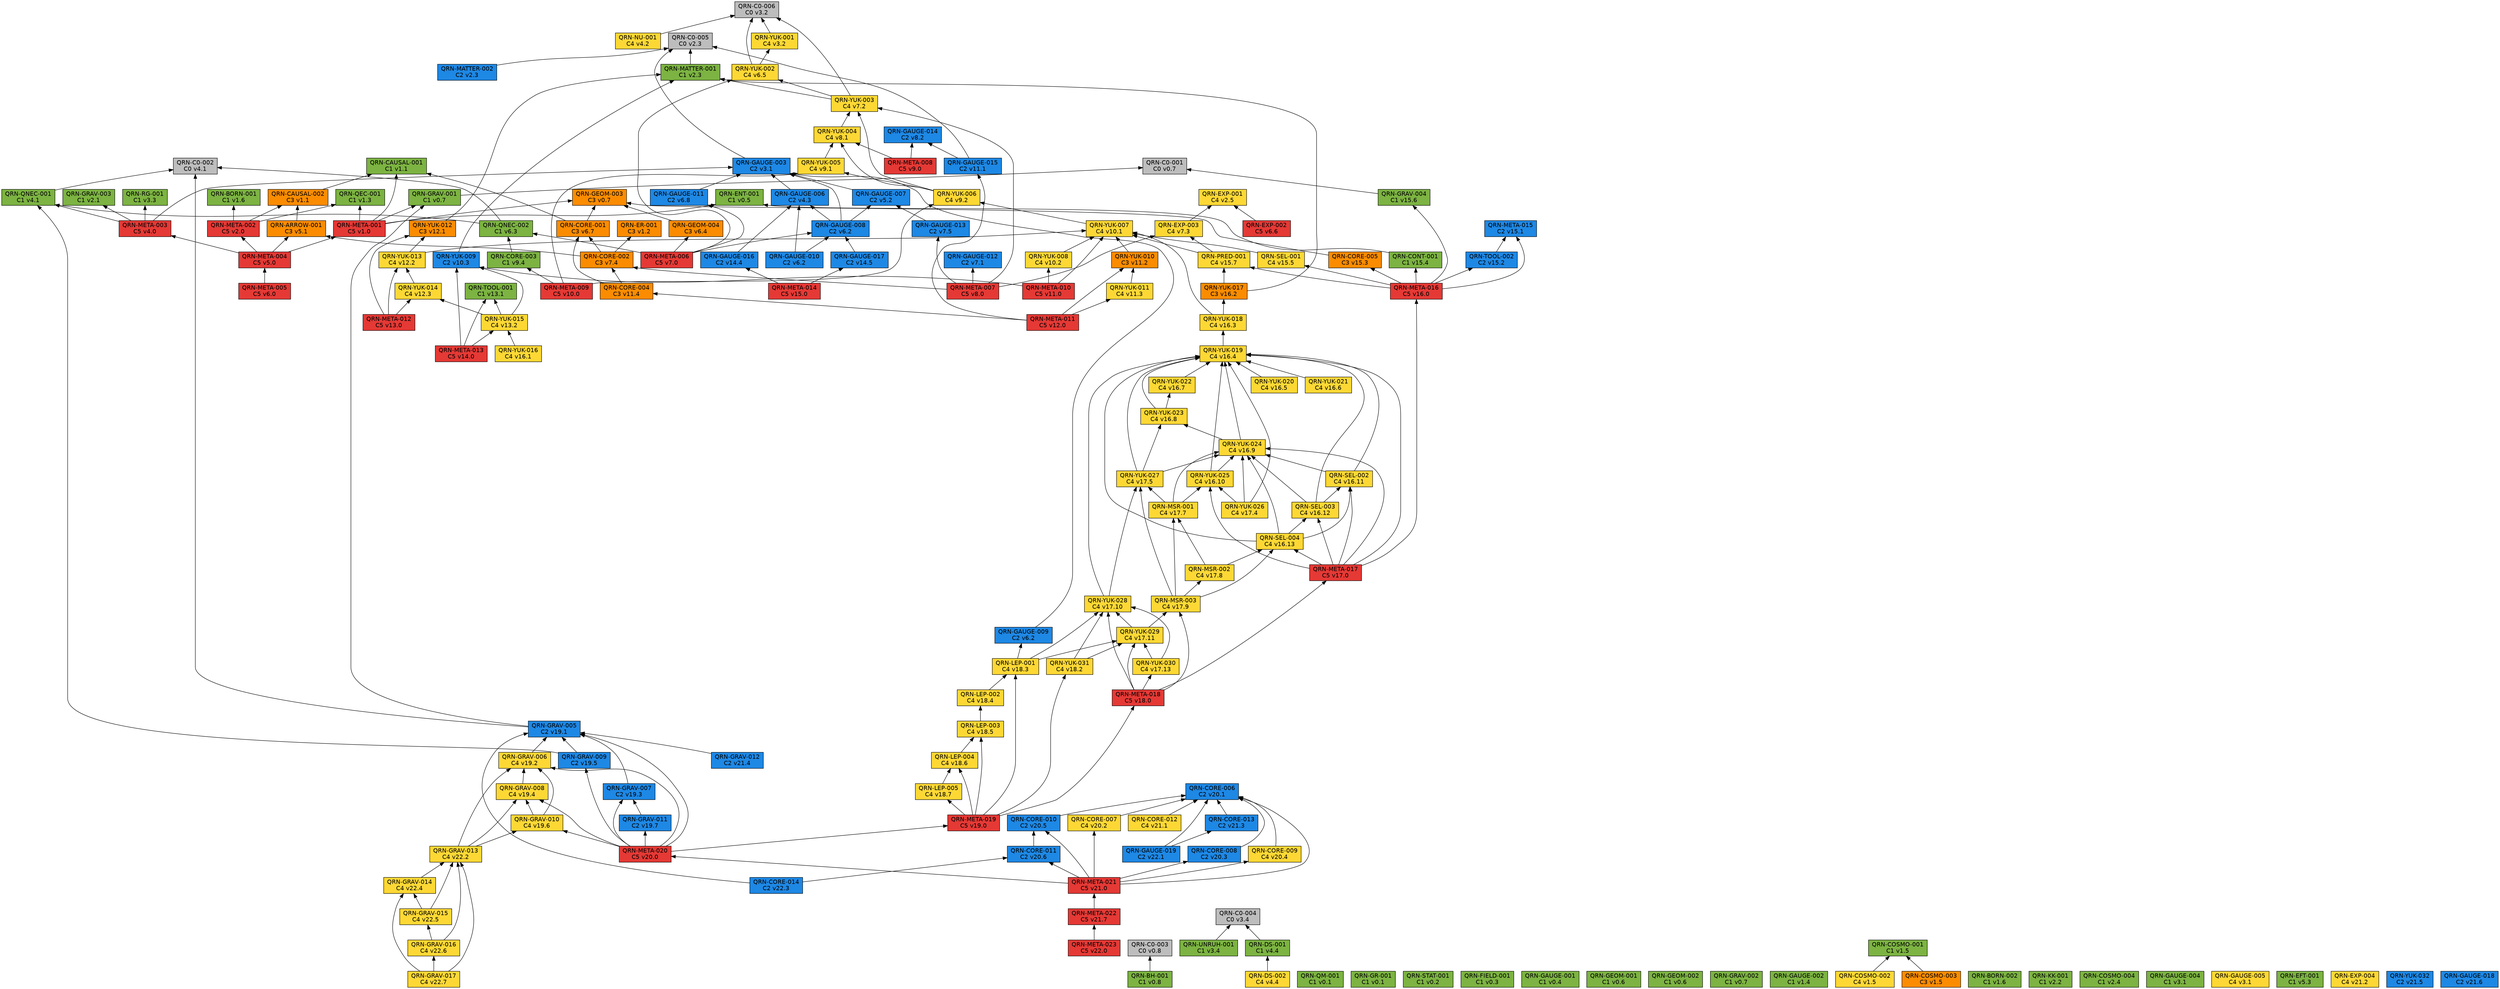
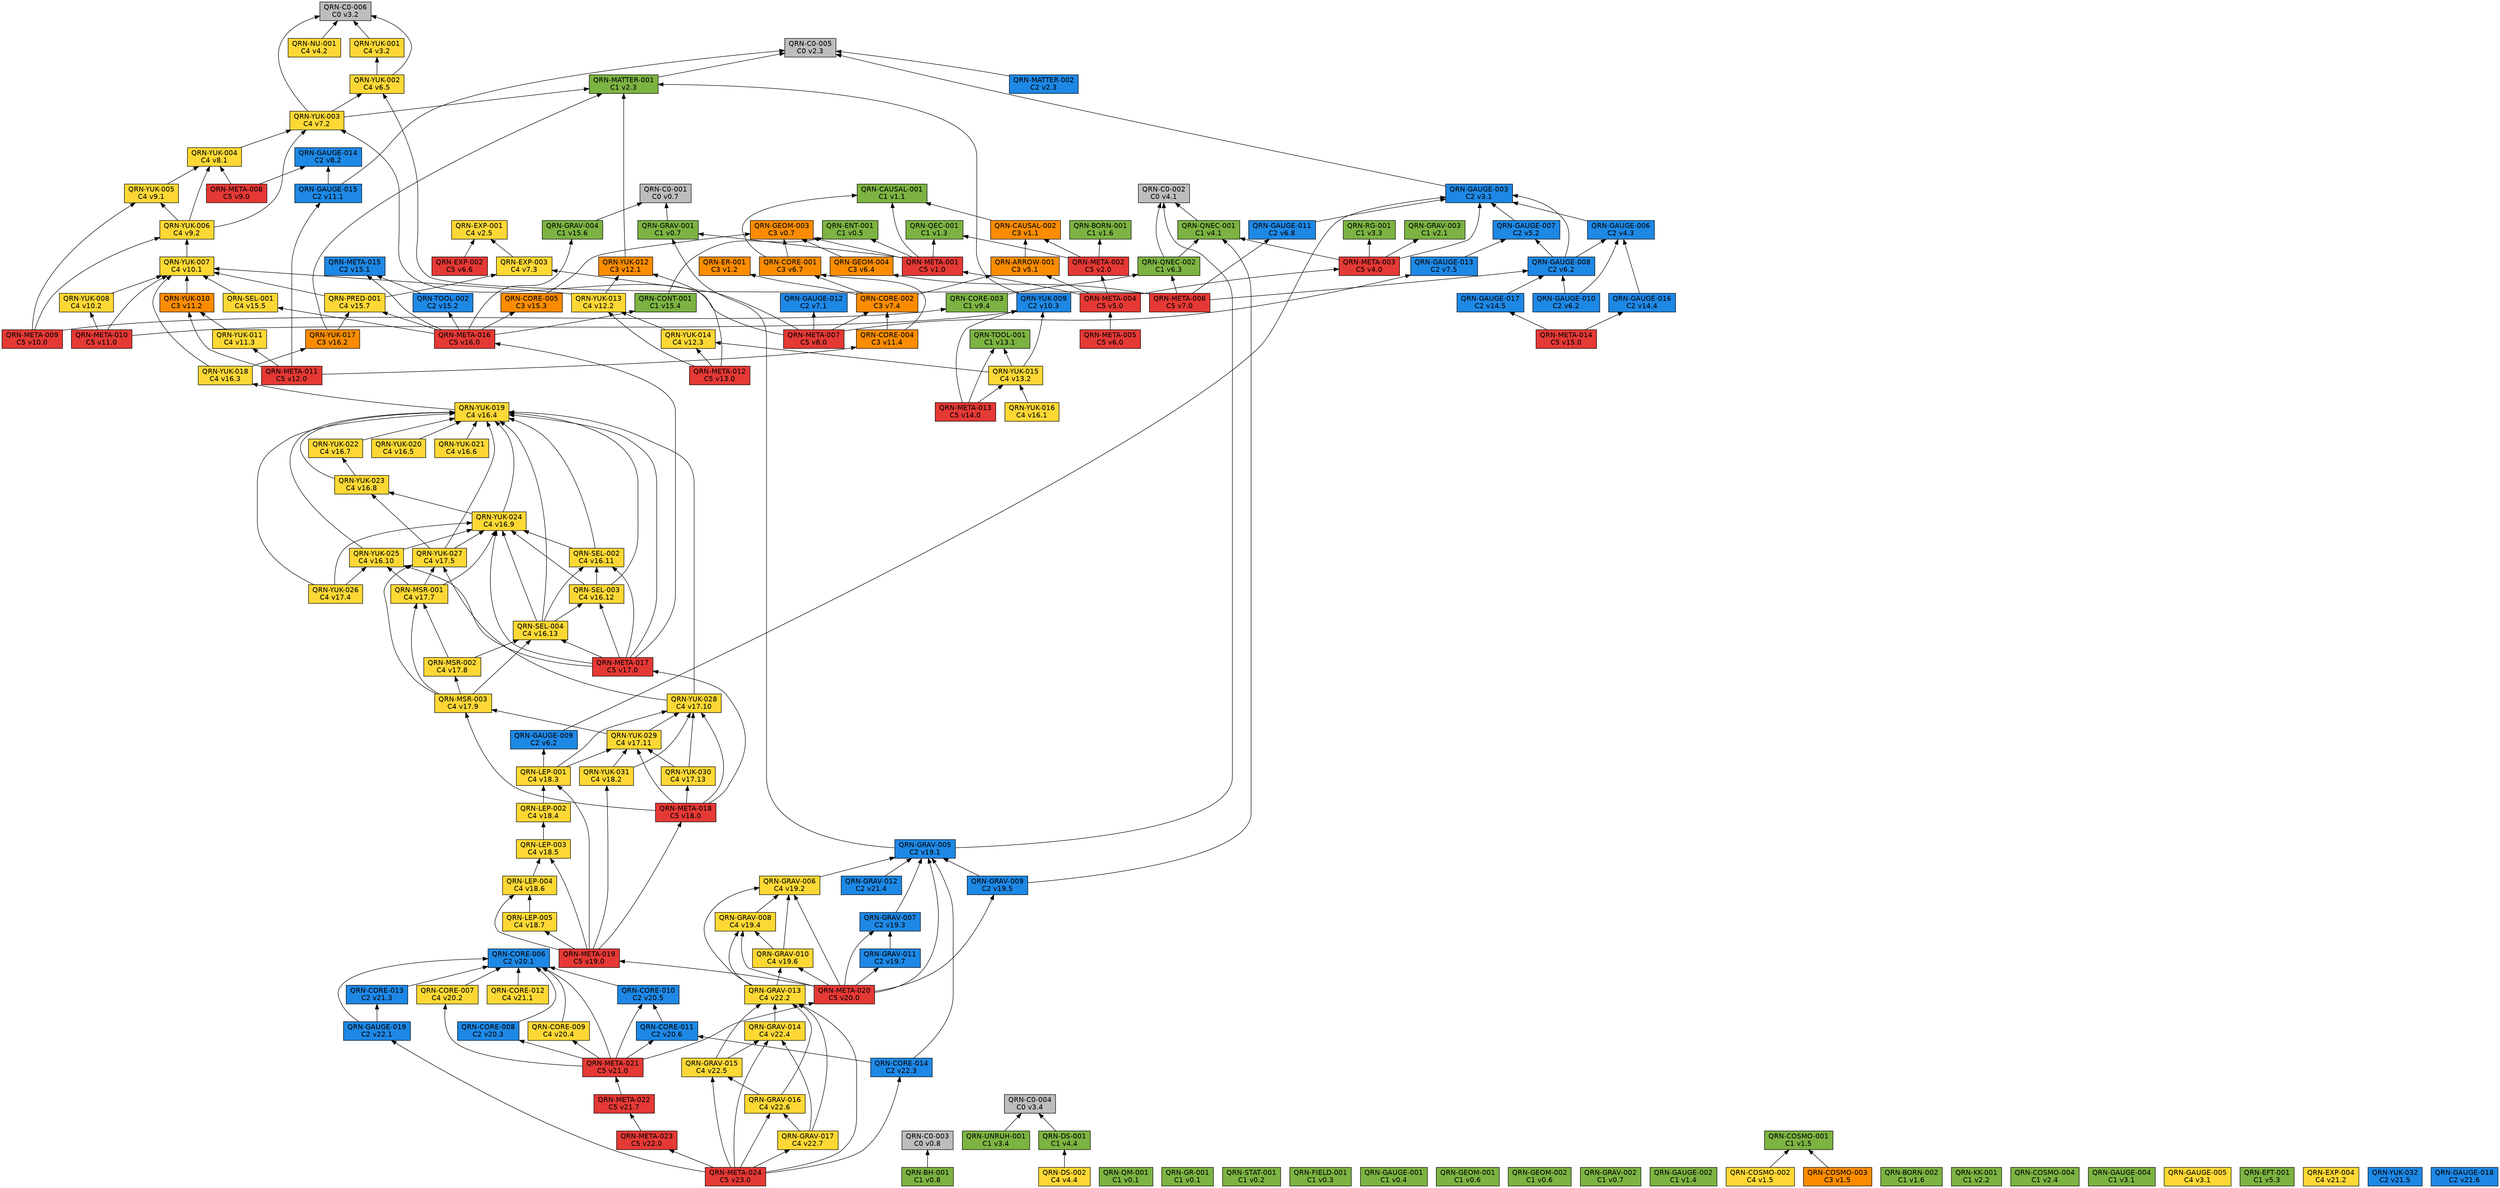
// 自動生成 (dag/report.pl) — QRN 主張依存グラフ
digraph qrn {
  rankdir=BT;
  node [shape=box, style=filled, fontname="Helvetica"];
  "QRN-C0-001" [fillcolor="#bdbdbd", label="QRN-C0-001\nC0 v0.7"];
  "QRN-C0-002" [fillcolor="#bdbdbd", label="QRN-C0-002\nC0 v4.1"];
  "QRN-C0-003" [fillcolor="#bdbdbd", label="QRN-C0-003\nC0 v0.8"];
  "QRN-C0-004" [fillcolor="#bdbdbd", label="QRN-C0-004\nC0 v3.4"];
  "QRN-C0-005" [fillcolor="#bdbdbd", label="QRN-C0-005\nC0 v2.3"];
  "QRN-C0-006" [fillcolor="#bdbdbd", label="QRN-C0-006\nC0 v3.2"];
  "QRN-QM-001" [fillcolor="#7cb342", label="QRN-QM-001\nC1 v0.1"];
  "QRN-GR-001" [fillcolor="#7cb342", label="QRN-GR-001\nC1 v0.1"];
  "QRN-STAT-001" [fillcolor="#7cb342", label="QRN-STAT-001\nC1 v0.2"];
  "QRN-FIELD-001" [fillcolor="#7cb342", label="QRN-FIELD-001\nC1 v0.3"];
  "QRN-GAUGE-001" [fillcolor="#7cb342", label="QRN-GAUGE-001\nC1 v0.4"];
  "QRN-ENT-001" [fillcolor="#7cb342", label="QRN-ENT-001\nC1 v0.5"];
  "QRN-GEOM-001" [fillcolor="#7cb342", label="QRN-GEOM-001\nC1 v0.6"];
  "QRN-GEOM-002" [fillcolor="#7cb342", label="QRN-GEOM-002\nC1 v0.6"];
  "QRN-GEOM-003" [fillcolor="#fb8c00", label="QRN-GEOM-003\nC3 v0.7"];
  "QRN-GRAV-001" [fillcolor="#7cb342", label="QRN-GRAV-001\nC1 v0.7"];
  "QRN-GRAV-002" [fillcolor="#7cb342", label="QRN-GRAV-002\nC1 v0.7"];
  "QRN-BH-001" [fillcolor="#7cb342", label="QRN-BH-001\nC1 v0.8"];
  "QRN-CAUSAL-001" [fillcolor="#7cb342", label="QRN-CAUSAL-001\nC1 v1.1"];
  "QRN-CAUSAL-002" [fillcolor="#fb8c00", label="QRN-CAUSAL-002\nC3 v1.1"];
  "QRN-ER-001" [fillcolor="#fb8c00", label="QRN-ER-001\nC3 v1.2"];
  "QRN-QEC-001" [fillcolor="#7cb342", label="QRN-QEC-001\nC1 v1.3"];
  "QRN-GAUGE-002" [fillcolor="#7cb342", label="QRN-GAUGE-002\nC1 v1.4"];
  "QRN-COSMO-001" [fillcolor="#7cb342", label="QRN-COSMO-001\nC1 v1.5"];
  "QRN-COSMO-002" [fillcolor="#fdd835", label="QRN-COSMO-002\nC4 v1.5"];
  "QRN-COSMO-003" [fillcolor="#fb8c00", label="QRN-COSMO-003\nC3 v1.5"];
  "QRN-BORN-001" [fillcolor="#7cb342", label="QRN-BORN-001\nC1 v1.6"];
  "QRN-BORN-002" [fillcolor="#7cb342", label="QRN-BORN-002\nC1 v1.6"];
  "QRN-GRAV-003" [fillcolor="#7cb342", label="QRN-GRAV-003\nC1 v2.1"];
  "QRN-KK-001" [fillcolor="#7cb342", label="QRN-KK-001\nC1 v2.2"];
  "QRN-MATTER-001" [fillcolor="#7cb342", label="QRN-MATTER-001\nC1 v2.3"];
  "QRN-MATTER-002" [fillcolor="#1e88e5", label="QRN-MATTER-002\nC2 v2.3"];
  "QRN-COSMO-004" [fillcolor="#7cb342", label="QRN-COSMO-004\nC1 v2.4"];
  "QRN-EXP-001" [fillcolor="#fdd835", label="QRN-EXP-001\nC4 v2.5"];
  "QRN-GAUGE-003" [fillcolor="#1e88e5", label="QRN-GAUGE-003\nC2 v3.1"];
  "QRN-GAUGE-004" [fillcolor="#7cb342", label="QRN-GAUGE-004\nC1 v3.1"];
  "QRN-GAUGE-005" [fillcolor="#fdd835", label="QRN-GAUGE-005\nC4 v3.1"];
  "QRN-YUK-001" [fillcolor="#fdd835", label="QRN-YUK-001\nC4 v3.2"];
  "QRN-RG-001" [fillcolor="#7cb342", label="QRN-RG-001\nC1 v3.3"];
  "QRN-UNRUH-001" [fillcolor="#7cb342", label="QRN-UNRUH-001\nC1 v3.4"];
  "QRN-QNEC-001" [fillcolor="#7cb342", label="QRN-QNEC-001\nC1 v4.1"];
  "QRN-NU-001" [fillcolor="#fdd835", label="QRN-NU-001\nC4 v4.2"];
  "QRN-GAUGE-006" [fillcolor="#1e88e5", label="QRN-GAUGE-006\nC2 v4.3"];
  "QRN-DS-001" [fillcolor="#7cb342", label="QRN-DS-001\nC1 v4.4"];
  "QRN-DS-002" [fillcolor="#fdd835", label="QRN-DS-002\nC4 v4.4"];
  "QRN-ARROW-001" [fillcolor="#fb8c00", label="QRN-ARROW-001\nC3 v5.1"];
  "QRN-GAUGE-007" [fillcolor="#1e88e5", label="QRN-GAUGE-007\nC2 v5.2"];
  "QRN-EFT-001" [fillcolor="#7cb342", label="QRN-EFT-001\nC1 v5.3"];
  "QRN-GAUGE-008" [fillcolor="#1e88e5", label="QRN-GAUGE-008\nC2 v6.2"];
  "QRN-GAUGE-009" [fillcolor="#1e88e5", label="QRN-GAUGE-009\nC2 v6.2"];
  "QRN-GAUGE-010" [fillcolor="#1e88e5", label="QRN-GAUGE-010\nC2 v6.2"];
  "QRN-QNEC-002" [fillcolor="#7cb342", label="QRN-QNEC-002\nC1 v6.3"];
  "QRN-GEOM-004" [fillcolor="#fb8c00", label="QRN-GEOM-004\nC3 v6.4"];
  "QRN-YUK-002" [fillcolor="#fdd835", label="QRN-YUK-002\nC4 v6.5"];
  "QRN-EXP-002" [fillcolor="#e53935", label="QRN-EXP-002\nC5 v6.6"];
  "QRN-CORE-001" [fillcolor="#fb8c00", label="QRN-CORE-001\nC3 v6.7"];
  "QRN-GAUGE-011" [fillcolor="#1e88e5", label="QRN-GAUGE-011\nC2 v6.8"];
  "QRN-GAUGE-012" [fillcolor="#1e88e5", label="QRN-GAUGE-012\nC2 v7.1"];
  "QRN-YUK-003" [fillcolor="#fdd835", label="QRN-YUK-003\nC4 v7.2"];
  "QRN-EXP-003" [fillcolor="#fdd835", label="QRN-EXP-003\nC4 v7.3"];
  "QRN-CORE-002" [fillcolor="#fb8c00", label="QRN-CORE-002\nC3 v7.4"];
  "QRN-GAUGE-013" [fillcolor="#1e88e5", label="QRN-GAUGE-013\nC2 v7.5"];
  "QRN-YUK-004" [fillcolor="#fdd835", label="QRN-YUK-004\nC4 v8.1"];
  "QRN-GAUGE-014" [fillcolor="#1e88e5", label="QRN-GAUGE-014\nC2 v8.2"];
  "QRN-META-001" [fillcolor="#e53935", label="QRN-META-001\nC5 v1.0"];
  "QRN-META-002" [fillcolor="#e53935", label="QRN-META-002\nC5 v2.0"];
  "QRN-META-003" [fillcolor="#e53935", label="QRN-META-003\nC5 v4.0"];
  "QRN-META-004" [fillcolor="#e53935", label="QRN-META-004\nC5 v5.0"];
  "QRN-META-005" [fillcolor="#e53935", label="QRN-META-005\nC5 v6.0"];
  "QRN-META-006" [fillcolor="#e53935", label="QRN-META-006\nC5 v7.0"];
  "QRN-META-007" [fillcolor="#e53935", label="QRN-META-007\nC5 v8.0"];
  "QRN-META-008" [fillcolor="#e53935", label="QRN-META-008\nC5 v9.0"];
  "QRN-YUK-005" [fillcolor="#fdd835", label="QRN-YUK-005\nC4 v9.1"];
  "QRN-YUK-006" [fillcolor="#fdd835", label="QRN-YUK-006\nC4 v9.2"];
  "QRN-CORE-003" [fillcolor="#7cb342", label="QRN-CORE-003\nC1 v9.4"];
  "QRN-META-009" [fillcolor="#e53935", label="QRN-META-009\nC5 v10.0"];
  "QRN-YUK-007" [fillcolor="#fdd835", label="QRN-YUK-007\nC4 v10.1"];
  "QRN-YUK-008" [fillcolor="#fdd835", label="QRN-YUK-008\nC4 v10.2"];
  "QRN-YUK-009" [fillcolor="#1e88e5", label="QRN-YUK-009\nC2 v10.3"];
  "QRN-META-010" [fillcolor="#e53935", label="QRN-META-010\nC5 v11.0"];
  "QRN-GAUGE-015" [fillcolor="#1e88e5", label="QRN-GAUGE-015\nC2 v11.1"];
  "QRN-YUK-010" [fillcolor="#fb8c00", label="QRN-YUK-010\nC3 v11.2"];
  "QRN-YUK-011" [fillcolor="#fdd835", label="QRN-YUK-011\nC4 v11.3"];
  "QRN-CORE-004" [fillcolor="#fb8c00", label="QRN-CORE-004\nC3 v11.4"];
  "QRN-META-011" [fillcolor="#e53935", label="QRN-META-011\nC5 v12.0"];
  "QRN-YUK-012" [fillcolor="#fb8c00", label="QRN-YUK-012\nC3 v12.1"];
  "QRN-YUK-013" [fillcolor="#fdd835", label="QRN-YUK-013\nC4 v12.2"];
  "QRN-YUK-014" [fillcolor="#fdd835", label="QRN-YUK-014\nC4 v12.3"];
  "QRN-META-012" [fillcolor="#e53935", label="QRN-META-012\nC5 v13.0"];
  "QRN-TOOL-001" [fillcolor="#7cb342", label="QRN-TOOL-001\nC1 v13.1"];
  "QRN-YUK-015" [fillcolor="#fdd835", label="QRN-YUK-015\nC4 v13.2"];
  "QRN-META-013" [fillcolor="#e53935", label="QRN-META-013\nC5 v14.0"];
  "QRN-GAUGE-016" [fillcolor="#1e88e5", label="QRN-GAUGE-016\nC2 v14.4"];
  "QRN-GAUGE-017" [fillcolor="#1e88e5", label="QRN-GAUGE-017\nC2 v14.5"];
  "QRN-META-014" [fillcolor="#e53935", label="QRN-META-014\nC5 v15.0"];
  "QRN-META-015" [fillcolor="#1e88e5", label="QRN-META-015\nC2 v15.1"];
  "QRN-TOOL-002" [fillcolor="#1e88e5", label="QRN-TOOL-002\nC2 v15.2"];
  "QRN-CORE-005" [fillcolor="#fb8c00", label="QRN-CORE-005\nC3 v15.3"];
  "QRN-CONT-001" [fillcolor="#7cb342", label="QRN-CONT-001\nC1 v15.4"];
  "QRN-SEL-001" [fillcolor="#fdd835", label="QRN-SEL-001\nC4 v15.5"];
  "QRN-GRAV-004" [fillcolor="#7cb342", label="QRN-GRAV-004\nC1 v15.6"];
  "QRN-PRED-001" [fillcolor="#fdd835", label="QRN-PRED-001\nC4 v15.7"];
  "QRN-META-016" [fillcolor="#e53935", label="QRN-META-016\nC5 v16.0"];
  "QRN-YUK-016" [fillcolor="#fdd835", label="QRN-YUK-016\nC4 v16.1"];
  "QRN-YUK-017" [fillcolor="#fb8c00", label="QRN-YUK-017\nC3 v16.2"];
  "QRN-YUK-018" [fillcolor="#fdd835", label="QRN-YUK-018\nC4 v16.3"];
  "QRN-YUK-019" [fillcolor="#fdd835", label="QRN-YUK-019\nC4 v16.4"];
  "QRN-YUK-020" [fillcolor="#fdd835", label="QRN-YUK-020\nC4 v16.5"];
  "QRN-YUK-021" [fillcolor="#fdd835", label="QRN-YUK-021\nC4 v16.6"];
  "QRN-YUK-022" [fillcolor="#fdd835", label="QRN-YUK-022\nC4 v16.7"];
  "QRN-YUK-023" [fillcolor="#fdd835", label="QRN-YUK-023\nC4 v16.8"];
  "QRN-YUK-024" [fillcolor="#fdd835", label="QRN-YUK-024\nC4 v16.9"];
  "QRN-YUK-025" [fillcolor="#fdd835", label="QRN-YUK-025\nC4 v16.10"];
  "QRN-SEL-002" [fillcolor="#fdd835", label="QRN-SEL-002\nC4 v16.11"];
  "QRN-SEL-003" [fillcolor="#fdd835", label="QRN-SEL-003\nC4 v16.12"];
  "QRN-SEL-004" [fillcolor="#fdd835", label="QRN-SEL-004\nC4 v16.13"];
  "QRN-META-017" [fillcolor="#e53935", label="QRN-META-017\nC5 v17.0"];
  "QRN-YUK-026" [fillcolor="#fdd835", label="QRN-YUK-026\nC4 v17.4"];
  "QRN-YUK-027" [fillcolor="#fdd835", label="QRN-YUK-027\nC4 v17.5"];
  "QRN-MSR-001" [fillcolor="#fdd835", label="QRN-MSR-001\nC4 v17.7"];
  "QRN-MSR-002" [fillcolor="#fdd835", label="QRN-MSR-002\nC4 v17.8"];
  "QRN-MSR-003" [fillcolor="#fdd835", label="QRN-MSR-003\nC4 v17.9"];
  "QRN-YUK-028" [fillcolor="#fdd835", label="QRN-YUK-028\nC4 v17.10"];
  "QRN-YUK-029" [fillcolor="#fdd835", label="QRN-YUK-029\nC4 v17.11"];
  "QRN-YUK-030" [fillcolor="#fdd835", label="QRN-YUK-030\nC4 v17.13"];
  "QRN-META-018" [fillcolor="#e53935", label="QRN-META-018\nC5 v18.0"];
  "QRN-YUK-031" [fillcolor="#fdd835", label="QRN-YUK-031\nC4 v18.2"];
  "QRN-LEP-001" [fillcolor="#fdd835", label="QRN-LEP-001\nC4 v18.3"];
  "QRN-LEP-002" [fillcolor="#fdd835", label="QRN-LEP-002\nC4 v18.4"];
  "QRN-LEP-003" [fillcolor="#fdd835", label="QRN-LEP-003\nC4 v18.5"];
  "QRN-LEP-004" [fillcolor="#fdd835", label="QRN-LEP-004\nC4 v18.6"];
  "QRN-LEP-005" [fillcolor="#fdd835", label="QRN-LEP-005\nC4 v18.7"];
  "QRN-META-019" [fillcolor="#e53935", label="QRN-META-019\nC5 v19.0"];
  "QRN-GRAV-005" [fillcolor="#1e88e5", label="QRN-GRAV-005\nC2 v19.1"];
  "QRN-GRAV-006" [fillcolor="#fdd835", label="QRN-GRAV-006\nC4 v19.2"];
  "QRN-GRAV-007" [fillcolor="#1e88e5", label="QRN-GRAV-007\nC2 v19.3"];
  "QRN-GRAV-008" [fillcolor="#fdd835", label="QRN-GRAV-008\nC4 v19.4"];
  "QRN-GRAV-009" [fillcolor="#1e88e5", label="QRN-GRAV-009\nC2 v19.5"];
  "QRN-GRAV-010" [fillcolor="#fdd835", label="QRN-GRAV-010\nC4 v19.6"];
  "QRN-GRAV-011" [fillcolor="#1e88e5", label="QRN-GRAV-011\nC2 v19.7"];
  "QRN-META-020" [fillcolor="#e53935", label="QRN-META-020\nC5 v20.0"];
  "QRN-CORE-006" [fillcolor="#1e88e5", label="QRN-CORE-006\nC2 v20.1"];
  "QRN-CORE-007" [fillcolor="#fdd835", label="QRN-CORE-007\nC4 v20.2"];
  "QRN-CORE-008" [fillcolor="#1e88e5", label="QRN-CORE-008\nC2 v20.3"];
  "QRN-CORE-009" [fillcolor="#fdd835", label="QRN-CORE-009\nC4 v20.4"];
  "QRN-CORE-010" [fillcolor="#1e88e5", label="QRN-CORE-010\nC2 v20.5"];
  "QRN-CORE-011" [fillcolor="#1e88e5", label="QRN-CORE-011\nC2 v20.6"];
  "QRN-META-021" [fillcolor="#e53935", label="QRN-META-021\nC5 v21.0"];
  "QRN-CORE-012" [fillcolor="#fdd835", label="QRN-CORE-012\nC4 v21.1"];
  "QRN-EXP-004" [fillcolor="#fdd835", label="QRN-EXP-004\nC4 v21.2"];
  "QRN-CORE-013" [fillcolor="#1e88e5", label="QRN-CORE-013\nC2 v21.3"];
  "QRN-GRAV-012" [fillcolor="#1e88e5", label="QRN-GRAV-012\nC2 v21.4"];
  "QRN-YUK-032" [fillcolor="#1e88e5", label="QRN-YUK-032\nC2 v21.5"];
  "QRN-GAUGE-018" [fillcolor="#1e88e5", label="QRN-GAUGE-018\nC2 v21.6"];
  "QRN-META-022" [fillcolor="#e53935", label="QRN-META-022\nC5 v21.7"];
  "QRN-META-023" [fillcolor="#e53935", label="QRN-META-023\nC5 v22.0"];
  "QRN-CORE-014" [fillcolor="#1e88e5", label="QRN-CORE-014\nC2 v22.3"];
  "QRN-GRAV-013" [fillcolor="#fdd835", label="QRN-GRAV-013\nC4 v22.2"];
  "QRN-GRAV-014" [fillcolor="#fdd835", label="QRN-GRAV-014\nC4 v22.4"];
  "QRN-GRAV-015" [fillcolor="#fdd835", label="QRN-GRAV-015\nC4 v22.5"];
  "QRN-GRAV-016" [fillcolor="#fdd835", label="QRN-GRAV-016\nC4 v22.6"];
  "QRN-GRAV-017" [fillcolor="#fdd835", label="QRN-GRAV-017\nC4 v22.7"];
  "QRN-GAUGE-019" [fillcolor="#1e88e5", label="QRN-GAUGE-019\nC2 v22.1"];
+   "QRN-META-024" [fillcolor="#e53935", label="QRN-META-024\nC5 v23.0"];
  "QRN-GRAV-001" -> "QRN-C0-001";
  "QRN-BH-001" -> "QRN-C0-003";
  "QRN-CAUSAL-002" -> "QRN-CAUSAL-001";
  "QRN-COSMO-002" -> "QRN-COSMO-001";
  "QRN-COSMO-003" -> "QRN-COSMO-001";
  "QRN-MATTER-001" -> "QRN-C0-005";
  "QRN-MATTER-002" -> "QRN-C0-005";
  "QRN-GAUGE-003" -> "QRN-C0-005";
  "QRN-YUK-001" -> "QRN-C0-006";
  "QRN-UNRUH-001" -> "QRN-C0-004";
  "QRN-QNEC-001" -> "QRN-C0-002";
  "QRN-NU-001" -> "QRN-C0-006";
  "QRN-GAUGE-006" -> "QRN-GAUGE-003";
  "QRN-DS-001" -> "QRN-C0-004";
  "QRN-DS-002" -> "QRN-DS-001";
  "QRN-ARROW-001" -> "QRN-CAUSAL-002";
  "QRN-GAUGE-007" -> "QRN-GAUGE-003";
  "QRN-GAUGE-008" -> "QRN-GAUGE-003";
  "QRN-GAUGE-008" -> "QRN-GAUGE-006";
  "QRN-GAUGE-008" -> "QRN-GAUGE-007";
  "QRN-GAUGE-009" -> "QRN-GAUGE-003";
  "QRN-GAUGE-010" -> "QRN-GAUGE-006";
  "QRN-GAUGE-010" -> "QRN-GAUGE-008";
  "QRN-QNEC-002" -> "QRN-C0-002";
  "QRN-QNEC-002" -> "QRN-QNEC-001";
  "QRN-GEOM-004" -> "QRN-GEOM-003";
  "QRN-YUK-002" -> "QRN-C0-006";
  "QRN-YUK-002" -> "QRN-YUK-001";
  "QRN-EXP-002" -> "QRN-EXP-001";
  "QRN-CORE-001" -> "QRN-GEOM-003";
  "QRN-CORE-001" -> "QRN-CAUSAL-001";
  "QRN-GAUGE-011" -> "QRN-GAUGE-003";
  "QRN-YUK-003" -> "QRN-C0-006";
  "QRN-YUK-003" -> "QRN-MATTER-001";
  "QRN-YUK-003" -> "QRN-YUK-002";
  "QRN-EXP-003" -> "QRN-EXP-001";
  "QRN-CORE-002" -> "QRN-CORE-001";
  "QRN-CORE-002" -> "QRN-ER-001";
  "QRN-CORE-002" -> "QRN-ARROW-001";
  "QRN-GAUGE-013" -> "QRN-GAUGE-007";
  "QRN-YUK-004" -> "QRN-YUK-003";
  "QRN-META-001" -> "QRN-GEOM-003";
  "QRN-META-001" -> "QRN-GRAV-001";
  "QRN-META-001" -> "QRN-CAUSAL-001";
  "QRN-META-001" -> "QRN-QEC-001";
  "QRN-META-001" -> "QRN-ENT-001";
  "QRN-META-002" -> "QRN-QEC-001";
  "QRN-META-002" -> "QRN-BORN-001";
  "QRN-META-002" -> "QRN-CAUSAL-002";
  "QRN-META-003" -> "QRN-GAUGE-003";
  "QRN-META-003" -> "QRN-RG-001";
  "QRN-META-003" -> "QRN-QNEC-001";
  "QRN-META-003" -> "QRN-GRAV-003";
  "QRN-META-004" -> "QRN-META-001";
  "QRN-META-004" -> "QRN-META-002";
  "QRN-META-004" -> "QRN-META-003";
  "QRN-META-004" -> "QRN-ARROW-001";
  "QRN-META-005" -> "QRN-META-004";
  "QRN-META-006" -> "QRN-GAUGE-008";
  "QRN-META-006" -> "QRN-QNEC-002";
  "QRN-META-006" -> "QRN-GEOM-004";
  "QRN-META-006" -> "QRN-YUK-002";
  "QRN-META-006" -> "QRN-GAUGE-011";
  "QRN-META-007" -> "QRN-GAUGE-012";
  "QRN-META-007" -> "QRN-YUK-003";
  "QRN-META-007" -> "QRN-EXP-003";
  "QRN-META-007" -> "QRN-CORE-002";
  "QRN-META-007" -> "QRN-GAUGE-013";
  "QRN-META-008" -> "QRN-YUK-004";
  "QRN-META-008" -> "QRN-GAUGE-014";
  "QRN-YUK-005" -> "QRN-YUK-004";
  "QRN-YUK-006" -> "QRN-YUK-003";
  "QRN-YUK-006" -> "QRN-YUK-004";
  "QRN-YUK-006" -> "QRN-YUK-005";
  "QRN-CORE-003" -> "QRN-QNEC-002";
  "QRN-META-009" -> "QRN-YUK-005";
  "QRN-META-009" -> "QRN-YUK-006";
  "QRN-META-009" -> "QRN-CORE-003";
  "QRN-YUK-007" -> "QRN-YUK-006";
  "QRN-YUK-008" -> "QRN-YUK-007";
  "QRN-YUK-009" -> "QRN-MATTER-001";
  "QRN-META-010" -> "QRN-YUK-007";
  "QRN-META-010" -> "QRN-YUK-008";
  "QRN-META-010" -> "QRN-YUK-009";
  "QRN-GAUGE-015" -> "QRN-C0-005";
  "QRN-GAUGE-015" -> "QRN-GAUGE-014";
  "QRN-YUK-010" -> "QRN-YUK-007";
  "QRN-YUK-011" -> "QRN-YUK-010";
  "QRN-CORE-004" -> "QRN-CORE-001";
  "QRN-CORE-004" -> "QRN-CORE-002";
  "QRN-META-011" -> "QRN-GAUGE-015";
  "QRN-META-011" -> "QRN-YUK-010";
  "QRN-META-011" -> "QRN-YUK-011";
  "QRN-META-011" -> "QRN-CORE-004";
  "QRN-YUK-012" -> "QRN-MATTER-001";
  "QRN-YUK-013" -> "QRN-YUK-012";
  "QRN-YUK-013" -> "QRN-YUK-007";
  "QRN-YUK-014" -> "QRN-YUK-013";
  "QRN-META-012" -> "QRN-YUK-012";
  "QRN-META-012" -> "QRN-YUK-013";
  "QRN-META-012" -> "QRN-YUK-014";
  "QRN-YUK-015" -> "QRN-YUK-014";
  "QRN-YUK-015" -> "QRN-TOOL-001";
  "QRN-YUK-015" -> "QRN-YUK-009";
  "QRN-META-013" -> "QRN-YUK-015";
  "QRN-META-013" -> "QRN-TOOL-001";
  "QRN-META-013" -> "QRN-YUK-009";
  "QRN-GAUGE-016" -> "QRN-GAUGE-006";
  "QRN-GAUGE-017" -> "QRN-GAUGE-008";
  "QRN-META-014" -> "QRN-GAUGE-016";
  "QRN-META-014" -> "QRN-GAUGE-017";
  "QRN-TOOL-002" -> "QRN-META-015";
  "QRN-CORE-005" -> "QRN-GEOM-003";
  "QRN-CONT-001" -> "QRN-ENT-001";
  "QRN-SEL-001" -> "QRN-YUK-007";
  "QRN-GRAV-004" -> "QRN-C0-001";
  "QRN-PRED-001" -> "QRN-YUK-007";
  "QRN-PRED-001" -> "QRN-EXP-003";
  "QRN-META-016" -> "QRN-META-015";
  "QRN-META-016" -> "QRN-TOOL-002";
  "QRN-META-016" -> "QRN-CORE-005";
  "QRN-META-016" -> "QRN-CONT-001";
  "QRN-META-016" -> "QRN-SEL-001";
  "QRN-META-016" -> "QRN-GRAV-004";
  "QRN-META-016" -> "QRN-PRED-001";
  "QRN-YUK-016" -> "QRN-YUK-015";
  "QRN-YUK-017" -> "QRN-MATTER-001";
  "QRN-YUK-017" -> "QRN-PRED-001";
  "QRN-YUK-018" -> "QRN-YUK-017";
  "QRN-YUK-018" -> "QRN-YUK-007";
  "QRN-YUK-019" -> "QRN-YUK-018";
  "QRN-YUK-020" -> "QRN-YUK-019";
  "QRN-YUK-021" -> "QRN-YUK-019";
  "QRN-YUK-022" -> "QRN-YUK-019";
  "QRN-YUK-023" -> "QRN-YUK-019";
  "QRN-YUK-023" -> "QRN-YUK-022";
  "QRN-YUK-024" -> "QRN-YUK-019";
  "QRN-YUK-024" -> "QRN-YUK-023";
  "QRN-YUK-025" -> "QRN-YUK-019";
  "QRN-YUK-025" -> "QRN-YUK-024";
  "QRN-SEL-002" -> "QRN-YUK-019";
  "QRN-SEL-002" -> "QRN-YUK-024";
  "QRN-SEL-003" -> "QRN-YUK-019";
  "QRN-SEL-003" -> "QRN-YUK-024";
  "QRN-SEL-003" -> "QRN-SEL-002";
  "QRN-SEL-004" -> "QRN-YUK-019";
  "QRN-SEL-004" -> "QRN-YUK-024";
  "QRN-SEL-004" -> "QRN-SEL-002";
  "QRN-SEL-004" -> "QRN-SEL-003";
  "QRN-META-017" -> "QRN-META-016";
  "QRN-META-017" -> "QRN-YUK-019";
  "QRN-META-017" -> "QRN-YUK-024";
  "QRN-META-017" -> "QRN-YUK-025";
  "QRN-META-017" -> "QRN-SEL-002";
  "QRN-META-017" -> "QRN-SEL-003";
  "QRN-META-017" -> "QRN-SEL-004";
  "QRN-YUK-026" -> "QRN-YUK-019";
  "QRN-YUK-026" -> "QRN-YUK-024";
  "QRN-YUK-026" -> "QRN-YUK-025";
  "QRN-YUK-027" -> "QRN-YUK-019";
  "QRN-YUK-027" -> "QRN-YUK-023";
  "QRN-YUK-027" -> "QRN-YUK-024";
  "QRN-MSR-001" -> "QRN-YUK-024";
  "QRN-MSR-001" -> "QRN-YUK-025";
  "QRN-MSR-001" -> "QRN-YUK-027";
  "QRN-MSR-002" -> "QRN-SEL-004";
  "QRN-MSR-002" -> "QRN-MSR-001";
  "QRN-MSR-003" -> "QRN-MSR-001";
  "QRN-MSR-003" -> "QRN-MSR-002";
  "QRN-MSR-003" -> "QRN-SEL-004";
  "QRN-MSR-003" -> "QRN-YUK-027";
  "QRN-YUK-028" -> "QRN-YUK-019";
  "QRN-YUK-028" -> "QRN-YUK-027";
  "QRN-YUK-029" -> "QRN-YUK-028";
  "QRN-YUK-029" -> "QRN-MSR-003";
  "QRN-YUK-030" -> "QRN-YUK-028";
  "QRN-YUK-030" -> "QRN-YUK-029";
  "QRN-META-018" -> "QRN-META-017";
  "QRN-META-018" -> "QRN-MSR-003";
  "QRN-META-018" -> "QRN-YUK-028";
  "QRN-META-018" -> "QRN-YUK-029";
  "QRN-META-018" -> "QRN-YUK-030";
  "QRN-YUK-031" -> "QRN-YUK-028";
  "QRN-YUK-031" -> "QRN-YUK-029";
  "QRN-LEP-001" -> "QRN-YUK-028";
  "QRN-LEP-001" -> "QRN-YUK-029";
  "QRN-LEP-001" -> "QRN-GAUGE-009";
  "QRN-LEP-002" -> "QRN-LEP-001";
  "QRN-LEP-003" -> "QRN-LEP-002";
  "QRN-LEP-004" -> "QRN-LEP-003";
  "QRN-LEP-005" -> "QRN-LEP-004";
  "QRN-META-019" -> "QRN-META-018";
  "QRN-META-019" -> "QRN-YUK-031";
  "QRN-META-019" -> "QRN-LEP-001";
  "QRN-META-019" -> "QRN-LEP-003";
  "QRN-META-019" -> "QRN-LEP-004";
  "QRN-META-019" -> "QRN-LEP-005";
  "QRN-GRAV-005" -> "QRN-C0-002";
  "QRN-GRAV-005" -> "QRN-GRAV-001";
  "QRN-GRAV-006" -> "QRN-GRAV-005";
  "QRN-GRAV-007" -> "QRN-GRAV-005";
  "QRN-GRAV-008" -> "QRN-GRAV-006";
  "QRN-GRAV-009" -> "QRN-GRAV-005";
  "QRN-GRAV-009" -> "QRN-QNEC-001";
  "QRN-GRAV-010" -> "QRN-GRAV-006";
  "QRN-GRAV-010" -> "QRN-GRAV-008";
  "QRN-GRAV-011" -> "QRN-GRAV-007";
  "QRN-META-020" -> "QRN-META-019";
  "QRN-META-020" -> "QRN-GRAV-005";
  "QRN-META-020" -> "QRN-GRAV-006";
  "QRN-META-020" -> "QRN-GRAV-007";
  "QRN-META-020" -> "QRN-GRAV-008";
  "QRN-META-020" -> "QRN-GRAV-009";
  "QRN-META-020" -> "QRN-GRAV-010";
  "QRN-META-020" -> "QRN-GRAV-011";
  "QRN-CORE-007" -> "QRN-CORE-006";
  "QRN-CORE-008" -> "QRN-CORE-006";
  "QRN-CORE-009" -> "QRN-CORE-006";
  "QRN-CORE-010" -> "QRN-CORE-006";
  "QRN-CORE-011" -> "QRN-CORE-010";
  "QRN-META-021" -> "QRN-META-020";
  "QRN-META-021" -> "QRN-CORE-006";
  "QRN-META-021" -> "QRN-CORE-007";
  "QRN-META-021" -> "QRN-CORE-008";
  "QRN-META-021" -> "QRN-CORE-009";
  "QRN-META-021" -> "QRN-CORE-010";
  "QRN-META-021" -> "QRN-CORE-011";
  "QRN-CORE-012" -> "QRN-CORE-006";
  "QRN-CORE-013" -> "QRN-CORE-006";
  "QRN-GRAV-012" -> "QRN-GRAV-005";
  "QRN-META-022" -> "QRN-META-021";
  "QRN-META-023" -> "QRN-META-022";
  "QRN-CORE-014" -> "QRN-CORE-011";
  "QRN-CORE-014" -> "QRN-GRAV-005";
  "QRN-GRAV-013" -> "QRN-GRAV-006";
  "QRN-GRAV-013" -> "QRN-GRAV-008";
  "QRN-GRAV-013" -> "QRN-GRAV-010";
  "QRN-GRAV-014" -> "QRN-GRAV-013";
  "QRN-GRAV-015" -> "QRN-GRAV-013";
  "QRN-GRAV-015" -> "QRN-GRAV-014";
  "QRN-GRAV-016" -> "QRN-GRAV-013";
  "QRN-GRAV-016" -> "QRN-GRAV-015";
  "QRN-GRAV-017" -> "QRN-GRAV-013";
  "QRN-GRAV-017" -> "QRN-GRAV-014";
  "QRN-GRAV-017" -> "QRN-GRAV-016";
  "QRN-GAUGE-019" -> "QRN-CORE-006";
  "QRN-GAUGE-019" -> "QRN-CORE-013";
+   "QRN-META-024" -> "QRN-CORE-014";
+   "QRN-META-024" -> "QRN-GRAV-013";
+   "QRN-META-024" -> "QRN-GRAV-014";
+   "QRN-META-024" -> "QRN-GRAV-015";
+   "QRN-META-024" -> "QRN-GRAV-016";
+   "QRN-META-024" -> "QRN-GRAV-017";
+   "QRN-META-024" -> "QRN-GAUGE-019";
+   "QRN-META-024" -> "QRN-META-023";
}
